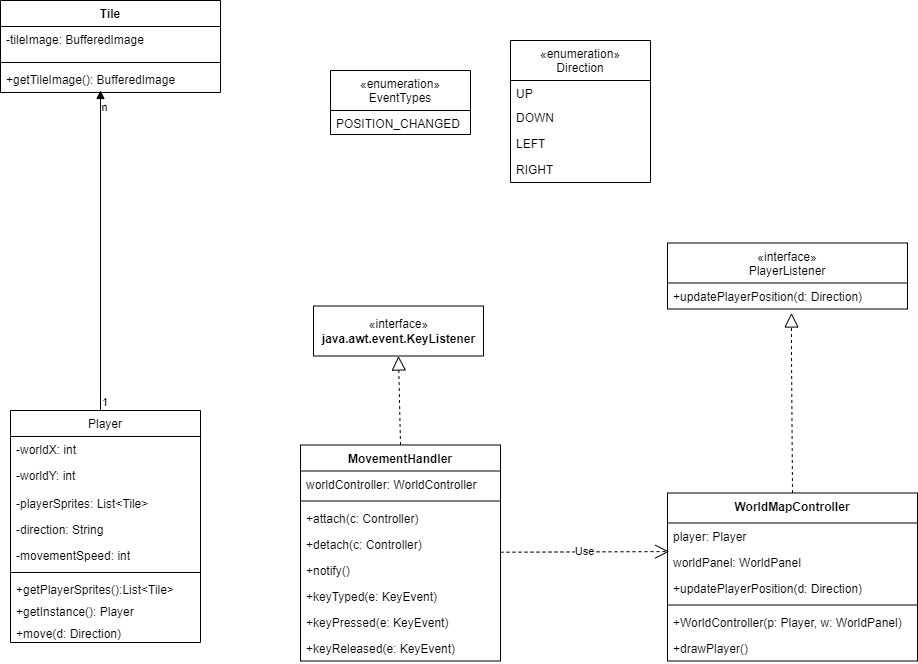
Earlier version of the draw.io export docs/diagrams/Raffaele/Business logic e controller movimento personaggio.png (weiss25r/Progetto-ISS-2022-2023). Source tidied: cells renumbered, new cells last; positions are measured from the earlier drawing's top-left corner, leaving out a move shared by most shapes. Its diagram source:
```xml
<mxGraphModel>
  <root>
    <mxCell id="0" />
    <mxCell id="1" parent="0" />
    <mxCell id="2" value="Player" style="swimlane;fontStyle=0;horizontal=1;startSize=26;fillColor=none;" parent="1" vertex="1">
      <mxGeometry x="10" y="410" width="190" height="232" as="geometry" />
    </mxCell>
    <mxCell id="3" value="-worldX: int&#10;" style="text;strokeColor=none;fillColor=none;align=left;verticalAlign=top;spacingLeft=4;spacingRight=4;overflow=hidden;" parent="2" vertex="1">
      <mxGeometry y="26" width="190" height="26" as="geometry" />
    </mxCell>
    <mxCell id="4" value="-worldY: int" style="text;strokeColor=none;fillColor=none;align=left;verticalAlign=top;spacingLeft=4;spacingRight=4;overflow=hidden;" parent="2" vertex="1">
      <mxGeometry y="52" width="190" height="28" as="geometry" />
    </mxCell>
    <mxCell id="5" value="-playerSprites: List&lt;Tile&gt;" style="text;strokeColor=none;fillColor=none;align=left;verticalAlign=top;spacingLeft=4;spacingRight=4;overflow=hidden;" parent="2" vertex="1">
      <mxGeometry y="80" width="190" height="26" as="geometry" />
    </mxCell>
    <mxCell id="6" value="-direction: String" style="text;strokeColor=none;fillColor=none;align=left;verticalAlign=top;spacingLeft=4;spacingRight=4;overflow=hidden;" parent="2" vertex="1">
      <mxGeometry y="106" width="190" height="26" as="geometry" />
    </mxCell>
    <mxCell id="7" value="-movementSpeed: int" style="text;strokeColor=none;fillColor=none;align=left;verticalAlign=top;spacingLeft=4;spacingRight=4;overflow=hidden;" parent="2" vertex="1">
      <mxGeometry y="132" width="190" height="26" as="geometry" />
    </mxCell>
    <mxCell id="8" style="line;strokeWidth=1;fillColor=none;align=left;verticalAlign=middle;spacingTop=-1;spacingLeft=3;spacingRight=3;labelPosition=right;strokeColor=inherit;" parent="2" vertex="1">
      <mxGeometry y="158" width="190" height="8" as="geometry" />
    </mxCell>
    <mxCell id="9" value="+getPlayerSprites():List&lt;Tile&gt;&#10;" style="text;strokeColor=none;fillColor=none;align=left;verticalAlign=top;spacingLeft=4;spacingRight=4;overflow=hidden;" parent="2" vertex="1">
      <mxGeometry y="166" width="190" height="22" as="geometry" />
    </mxCell>
    <mxCell id="10" value="+getInstance(): Player" style="text;strokeColor=none;fillColor=none;align=left;verticalAlign=top;spacingLeft=4;spacingRight=4;overflow=hidden;" parent="2" vertex="1">
      <mxGeometry y="188" width="190" height="22" as="geometry" />
    </mxCell>
    <mxCell id="11" value="+move(d: Direction)&#10;" style="text;strokeColor=none;fillColor=none;align=left;verticalAlign=top;spacingLeft=4;spacingRight=4;overflow=hidden;" parent="2" vertex="1">
      <mxGeometry y="210" width="190" height="22" as="geometry" />
    </mxCell>
    <mxCell id="12" value="Tile&#10;" style="swimlane;fontStyle=1;align=center;verticalAlign=top;horizontal=1;startSize=26;" parent="1" vertex="1">
      <mxGeometry width="220" height="92" as="geometry" />
    </mxCell>
    <mxCell id="13" value="-tileImage: BufferedImage&#10;" style="text;strokeColor=none;fillColor=none;align=left;verticalAlign=top;spacingLeft=4;spacingRight=4;overflow=hidden;" parent="12" vertex="1">
      <mxGeometry y="26" width="220" height="32" as="geometry" />
    </mxCell>
    <mxCell id="14" style="line;strokeWidth=1;fillColor=none;align=left;verticalAlign=middle;spacingTop=-1;spacingLeft=3;spacingRight=3;labelPosition=right;strokeColor=inherit;" parent="12" vertex="1">
      <mxGeometry y="58" width="220" height="8" as="geometry" />
    </mxCell>
    <mxCell id="15" value="+getTileImage(): BufferedImage" style="text;strokeColor=none;fillColor=none;align=left;verticalAlign=top;spacingLeft=4;spacingRight=4;overflow=hidden;" parent="12" vertex="1">
      <mxGeometry y="66" width="220" height="26" as="geometry" />
    </mxCell>
    <mxCell id="16" value="«interface»&lt;br&gt;&lt;b&gt;java.awt.event.KeyListener&lt;br&gt;&lt;/b&gt;" style="html=1;" parent="1" vertex="1">
      <mxGeometry x="313" y="305.5" width="170" height="50" as="geometry" />
    </mxCell>
    <mxCell id="17" style="endArrow=block;dashed=1;endFill=0;endSize=12;html=1;rounded=0;exitX=0.5;exitY=0;exitDx=0;exitDy=0;entryX=0.5;entryY=1;entryDx=0;entryDy=0;" parent="1" edge="1" source="23" target="16">
      <mxGeometry relative="1" as="geometry" />
    </mxCell>
    <mxCell id="18" value="«enumeration»&#10;Direction" style="swimlane;fontStyle=0;horizontal=1;startSize=40;fillColor=none;" parent="1" vertex="1">
      <mxGeometry x="510" y="40" width="140" height="142" as="geometry" />
    </mxCell>
    <mxCell id="19" value="UP" style="text;strokeColor=none;fillColor=none;align=left;verticalAlign=top;spacingLeft=4;spacingRight=4;overflow=hidden;" parent="18" vertex="1">
      <mxGeometry y="40" width="140" height="24" as="geometry" />
    </mxCell>
    <mxCell id="20" value="DOWN" style="text;strokeColor=none;fillColor=none;align=left;verticalAlign=top;spacingLeft=4;spacingRight=4;overflow=hidden;" parent="18" vertex="1">
      <mxGeometry y="64" width="140" height="26" as="geometry" />
    </mxCell>
    <mxCell id="21" value="LEFT" style="text;strokeColor=none;fillColor=none;align=left;verticalAlign=top;spacingLeft=4;spacingRight=4;overflow=hidden;" parent="18" vertex="1">
      <mxGeometry y="90" width="140" height="26" as="geometry" />
    </mxCell>
    <mxCell id="22" value="RIGHT" style="text;strokeColor=none;fillColor=none;align=left;verticalAlign=top;spacingLeft=4;spacingRight=4;overflow=hidden;" parent="18" vertex="1">
      <mxGeometry y="116" width="140" height="26" as="geometry" />
    </mxCell>
    <mxCell id="23" value="MovementHandler" style="swimlane;fontStyle=1;align=center;verticalAlign=top;horizontal=1;startSize=26;" parent="1" vertex="1">
      <mxGeometry x="300" y="444.5" width="200" height="216" as="geometry" />
    </mxCell>
    <mxCell id="24" value="worldController: WorldController" style="text;strokeColor=none;fillColor=none;align=left;verticalAlign=top;spacingLeft=4;spacingRight=4;overflow=hidden;" parent="23" vertex="1">
      <mxGeometry y="26" width="200" height="26" as="geometry" />
    </mxCell>
    <mxCell id="25" style="line;strokeWidth=1;fillColor=none;align=left;verticalAlign=middle;spacingTop=-1;spacingLeft=3;spacingRight=3;labelPosition=right;strokeColor=inherit;" parent="23" vertex="1">
      <mxGeometry y="52" width="200" height="8" as="geometry" />
    </mxCell>
    <mxCell id="26" value="+attach(c: Controller)" style="text;strokeColor=none;fillColor=none;align=left;verticalAlign=top;spacingLeft=4;spacingRight=4;overflow=hidden;" parent="23" vertex="1">
      <mxGeometry y="60" width="200" height="26" as="geometry" />
    </mxCell>
    <mxCell id="27" value="+detach(c: Controller)" style="text;strokeColor=none;fillColor=none;align=left;verticalAlign=top;spacingLeft=4;spacingRight=4;overflow=hidden;" parent="23" vertex="1">
      <mxGeometry y="86" width="200" height="26" as="geometry" />
    </mxCell>
    <mxCell id="28" value="+notify()" style="text;strokeColor=none;fillColor=none;align=left;verticalAlign=top;spacingLeft=4;spacingRight=4;overflow=hidden;" parent="23" vertex="1">
      <mxGeometry y="112" width="200" height="26" as="geometry" />
    </mxCell>
    <mxCell id="29" value="+keyTyped(e: KeyEvent)" style="text;strokeColor=none;fillColor=none;align=left;verticalAlign=top;spacingLeft=4;spacingRight=4;overflow=hidden;" parent="23" vertex="1">
      <mxGeometry y="138" width="200" height="26" as="geometry" />
    </mxCell>
    <mxCell id="30" value="+keyPressed(e: KeyEvent)" style="text;strokeColor=none;fillColor=none;align=left;verticalAlign=top;spacingLeft=4;spacingRight=4;overflow=hidden;" parent="23" vertex="1">
      <mxGeometry y="164" width="200" height="26" as="geometry" />
    </mxCell>
    <mxCell id="31" value="+keyReleased(e: KeyEvent)" style="text;strokeColor=none;fillColor=none;align=left;verticalAlign=top;spacingLeft=4;spacingRight=4;overflow=hidden;" parent="23" vertex="1">
      <mxGeometry y="190" width="200" height="26" as="geometry" />
    </mxCell>
    <mxCell id="32" value="WorldMapController" style="swimlane;fontStyle=1;align=center;verticalAlign=top;horizontal=1;startSize=30;" parent="1" vertex="1">
      <mxGeometry x="667" y="492.5" width="250" height="168" as="geometry" />
    </mxCell>
    <mxCell id="33" value="player: Player" style="text;strokeColor=none;fillColor=none;align=left;verticalAlign=top;spacingLeft=4;spacingRight=4;overflow=hidden;" parent="32" vertex="1">
      <mxGeometry y="30" width="250" height="26" as="geometry" />
    </mxCell>
    <mxCell id="34" value="worldPanel: WorldPanel" style="text;strokeColor=none;fillColor=none;align=left;verticalAlign=top;spacingLeft=4;spacingRight=4;overflow=hidden;points=[[0,0.5],[1,0.5]];portConstraint=eastwest;" parent="32" vertex="1">
      <mxGeometry y="56" width="250" height="26" as="geometry" />
    </mxCell>
    <mxCell id="35" value="+updatePlayerPosition(d: Direction)" style="text;strokeColor=none;fillColor=none;align=left;verticalAlign=top;spacingLeft=4;spacingRight=4;overflow=hidden;" parent="32" vertex="1">
      <mxGeometry y="82" width="250" height="26" as="geometry" />
    </mxCell>
    <mxCell id="36" style="line;strokeWidth=1;fillColor=none;align=left;verticalAlign=middle;spacingTop=-1;spacingLeft=3;spacingRight=3;labelPosition=right;strokeColor=inherit;" parent="32" vertex="1">
      <mxGeometry y="108" width="250" height="8" as="geometry" />
    </mxCell>
    <mxCell id="37" value="+WorldController(p: Player, w: WorldPanel)&#10;" style="text;strokeColor=none;fillColor=none;align=left;verticalAlign=top;spacingLeft=4;spacingRight=4;overflow=hidden;" parent="32" vertex="1">
      <mxGeometry y="116" width="250" height="26" as="geometry" />
    </mxCell>
    <mxCell id="38" value="+drawPlayer()&#10;" style="text;strokeColor=none;fillColor=none;align=left;verticalAlign=top;spacingLeft=4;spacingRight=4;overflow=hidden;" parent="32" vertex="1">
      <mxGeometry y="142" width="250" height="26" as="geometry" />
    </mxCell>
    <mxCell id="39" value="«enumeration»&#10;EventTypes" style="swimlane;fontStyle=0;horizontal=1;startSize=40;fillColor=none;" parent="1" vertex="1">
      <mxGeometry x="330" y="70" width="140" height="64" as="geometry" />
    </mxCell>
    <mxCell id="40" value="POSITION_CHANGED" style="text;strokeColor=none;fillColor=none;align=left;verticalAlign=top;spacingLeft=4;spacingRight=4;overflow=hidden;" parent="39" vertex="1">
      <mxGeometry y="40" width="140" height="24" as="geometry" />
    </mxCell>
    <mxCell id="41" value="«interface»&#10;PlayerListener" style="swimlane;fontStyle=0;horizontal=1;startSize=40;fillColor=none;" parent="1" vertex="1">
      <mxGeometry x="667" y="242.5" width="240" height="66" as="geometry" />
    </mxCell>
    <mxCell id="42" value="+updatePlayerPosition(d: Direction)" style="text;strokeColor=none;fillColor=none;align=left;verticalAlign=top;spacingLeft=4;spacingRight=4;overflow=hidden;" parent="41" vertex="1">
      <mxGeometry y="40" width="240" height="26" as="geometry" />
    </mxCell>
    <mxCell id="43" style="endArrow=block;dashed=1;endFill=0;endSize=12;html=1;rounded=0;exitX=0.5;exitY=0;exitDx=0;exitDy=0;" parent="1" edge="1" source="32">
      <mxGeometry relative="1" as="geometry">
        <mxPoint x="791" y="312.5" as="targetPoint" />
        <Array as="points">
          <mxPoint x="791" y="352.5" />
        </Array>
      </mxGeometry>
    </mxCell>
    <mxCell id="44" style="endArrow=block;endFill=1;html=1;edgeStyle=orthogonalEdgeStyle;align=left;verticalAlign=top;rounded=0;" parent="1" edge="1">
      <mxGeometry x="-1" relative="1" as="geometry">
        <mxPoint x="100" y="410" as="sourcePoint" />
        <mxPoint x="100" y="90" as="targetPoint" />
      </mxGeometry>
    </mxCell>
    <mxCell id="45" value="1" style="edgeLabel;html=1;align=left;verticalAlign=bottom;" parent="44" vertex="1">
      <mxGeometry x="-1" relative="1" as="geometry" />
    </mxCell>
    <mxCell id="46" value="n" style="edgeLabel;html=1;align=center;verticalAlign=middle;" parent="44" vertex="1">
      <mxGeometry x="0.9" y="-3" relative="1" as="geometry" />
    </mxCell>
    <mxCell id="47" value="Use" style="endArrow=open;endSize=12;dashed=1;html=1;rounded=0;entryX=0.007;entryY=0.099;entryDx=0;entryDy=0;entryPerimeter=0;" parent="1" edge="1" target="34">
      <mxGeometry relative="1" as="geometry">
        <mxPoint x="500" y="551.7" as="sourcePoint" />
      </mxGeometry>
    </mxCell>
  </root>
</mxGraphModel>
```
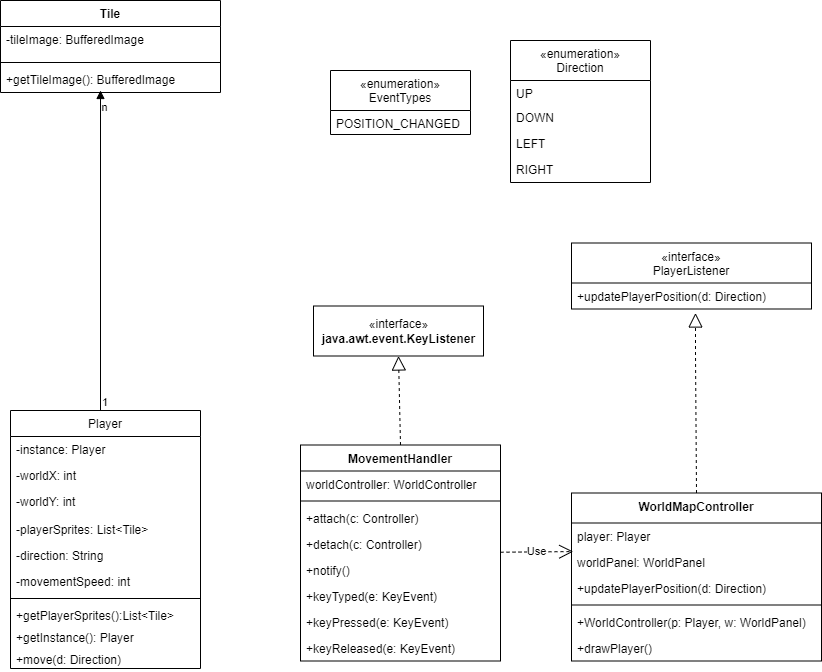
The same diagram one commit later.

The edit, as a diff of the source:
```diff
@@ -3,34 +3,37 @@
     <mxCell id="0" />
     <mxCell id="1" parent="0" />
     <mxCell id="2" value="Player" style="swimlane;fontStyle=0;horizontal=1;startSize=26;fillColor=none;" parent="1" vertex="1">
-      <mxGeometry x="10" y="410" width="190" height="232" as="geometry" />
+      <mxGeometry x="10" y="410" width="190" height="258" as="geometry" />
     </mxCell>
+    <mxCell id="48" value="-instance: Player&#10;" style="text;strokeColor=none;fillColor=none;align=left;verticalAlign=top;spacingLeft=4;spacingRight=4;overflow=hidden;" parent="2" vertex="1">
+      <mxGeometry y="26" width="190" height="26" as="geometry" />
+    </mxCell>
     <mxCell id="3" value="-worldX: int&#10;" style="text;strokeColor=none;fillColor=none;align=left;verticalAlign=top;spacingLeft=4;spacingRight=4;overflow=hidden;" parent="2" vertex="1">
-      <mxGeometry y="26" width="190" height="26" as="geometry" />
+      <mxGeometry y="52" width="190" height="26" as="geometry" />
     </mxCell>
     <mxCell id="4" value="-worldY: int" style="text;strokeColor=none;fillColor=none;align=left;verticalAlign=top;spacingLeft=4;spacingRight=4;overflow=hidden;" parent="2" vertex="1">
-      <mxGeometry y="52" width="190" height="28" as="geometry" />
+      <mxGeometry y="78" width="190" height="28" as="geometry" />
     </mxCell>
     <mxCell id="5" value="-playerSprites: List&lt;Tile&gt;" style="text;strokeColor=none;fillColor=none;align=left;verticalAlign=top;spacingLeft=4;spacingRight=4;overflow=hidden;" parent="2" vertex="1">
-      <mxGeometry y="80" width="190" height="26" as="geometry" />
+      <mxGeometry y="106" width="190" height="26" as="geometry" />
     </mxCell>
     <mxCell id="6" value="-direction: String" style="text;strokeColor=none;fillColor=none;align=left;verticalAlign=top;spacingLeft=4;spacingRight=4;overflow=hidden;" parent="2" vertex="1">
-      <mxGeometry y="106" width="190" height="26" as="geometry" />
+      <mxGeometry y="132" width="190" height="26" as="geometry" />
     </mxCell>
     <mxCell id="7" value="-movementSpeed: int" style="text;strokeColor=none;fillColor=none;align=left;verticalAlign=top;spacingLeft=4;spacingRight=4;overflow=hidden;" parent="2" vertex="1">
-      <mxGeometry y="132" width="190" height="26" as="geometry" />
+      <mxGeometry y="158" width="190" height="26" as="geometry" />
     </mxCell>
     <mxCell id="8" style="line;strokeWidth=1;fillColor=none;align=left;verticalAlign=middle;spacingTop=-1;spacingLeft=3;spacingRight=3;labelPosition=right;strokeColor=inherit;" parent="2" vertex="1">
-      <mxGeometry y="158" width="190" height="8" as="geometry" />
+      <mxGeometry y="184" width="190" height="8" as="geometry" />
     </mxCell>
     <mxCell id="9" value="+getPlayerSprites():List&lt;Tile&gt;&#10;" style="text;strokeColor=none;fillColor=none;align=left;verticalAlign=top;spacingLeft=4;spacingRight=4;overflow=hidden;" parent="2" vertex="1">
-      <mxGeometry y="166" width="190" height="22" as="geometry" />
+      <mxGeometry y="192" width="190" height="22" as="geometry" />
     </mxCell>
     <mxCell id="10" value="+getInstance(): Player" style="text;strokeColor=none;fillColor=none;align=left;verticalAlign=top;spacingLeft=4;spacingRight=4;overflow=hidden;" parent="2" vertex="1">
-      <mxGeometry y="188" width="190" height="22" as="geometry" />
+      <mxGeometry y="214" width="190" height="22" as="geometry" />
     </mxCell>
     <mxCell id="11" value="+move(d: Direction)&#10;" style="text;strokeColor=none;fillColor=none;align=left;verticalAlign=top;spacingLeft=4;spacingRight=4;overflow=hidden;" parent="2" vertex="1">
-      <mxGeometry y="210" width="190" height="22" as="geometry" />
+      <mxGeometry y="236" width="190" height="22" as="geometry" />
     </mxCell>
     <mxCell id="12" value="Tile&#10;" style="swimlane;fontStyle=1;align=center;verticalAlign=top;horizontal=1;startSize=26;" parent="1" vertex="1">
       <mxGeometry width="220" height="92" as="geometry" />
@@ -93,7 +96,7 @@
       <mxGeometry y="190" width="200" height="26" as="geometry" />
     </mxCell>
     <mxCell id="32" value="WorldMapController" style="swimlane;fontStyle=1;align=center;verticalAlign=top;horizontal=1;startSize=30;" parent="1" vertex="1">
-      <mxGeometry x="667" y="492.5" width="250" height="168" as="geometry" />
+      <mxGeometry x="571" y="492.5" width="250" height="168" as="geometry" />
     </mxCell>
     <mxCell id="33" value="player: Player" style="text;strokeColor=none;fillColor=none;align=left;verticalAlign=top;spacingLeft=4;spacingRight=4;overflow=hidden;" parent="32" vertex="1">
       <mxGeometry y="30" width="250" height="26" as="geometry" />
@@ -120,16 +123,16 @@
       <mxGeometry y="40" width="140" height="24" as="geometry" />
     </mxCell>
     <mxCell id="41" value="«interface»&#10;PlayerListener" style="swimlane;fontStyle=0;horizontal=1;startSize=40;fillColor=none;" parent="1" vertex="1">
-      <mxGeometry x="667" y="242.5" width="240" height="66" as="geometry" />
+      <mxGeometry x="571" y="242.5" width="240" height="66" as="geometry" />
     </mxCell>
     <mxCell id="42" value="+updatePlayerPosition(d: Direction)" style="text;strokeColor=none;fillColor=none;align=left;verticalAlign=top;spacingLeft=4;spacingRight=4;overflow=hidden;" parent="41" vertex="1">
       <mxGeometry y="40" width="240" height="26" as="geometry" />
     </mxCell>
     <mxCell id="43" style="endArrow=block;dashed=1;endFill=0;endSize=12;html=1;rounded=0;exitX=0.5;exitY=0;exitDx=0;exitDy=0;" parent="1" edge="1" source="32">
       <mxGeometry relative="1" as="geometry">
-        <mxPoint x="791" y="312.5" as="targetPoint" />
+        <mxPoint x="695" y="312.5" as="targetPoint" />
         <Array as="points">
-          <mxPoint x="791" y="352.5" />
+          <mxPoint x="695" y="352.5" />
         </Array>
       </mxGeometry>
     </mxCell>
```
